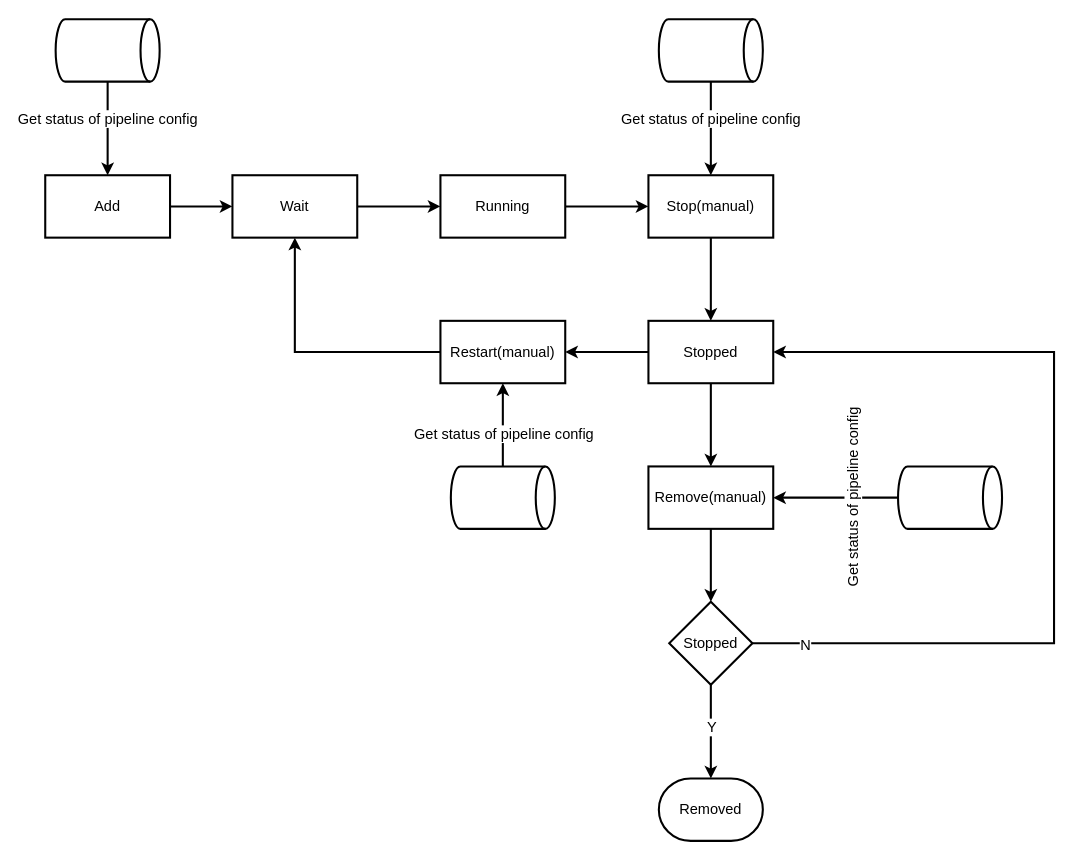
This is page "PipelineConfigStatusTransform" (3 of 4) of Docs/BDS-Server/BDS-Sequence-Diagram.drawio from FL-LearningGroup/BeautifulData-Server, a draw.io file, before an edit. Source tidied: cells renumbered, new cells numbered last; positions are measured from the earlier drawing's top-left corner, leaving out a move shared by most shapes. Both pictures are drawn from the tidied source at 104%, with x=0, y=0 at pixel (45, 19).
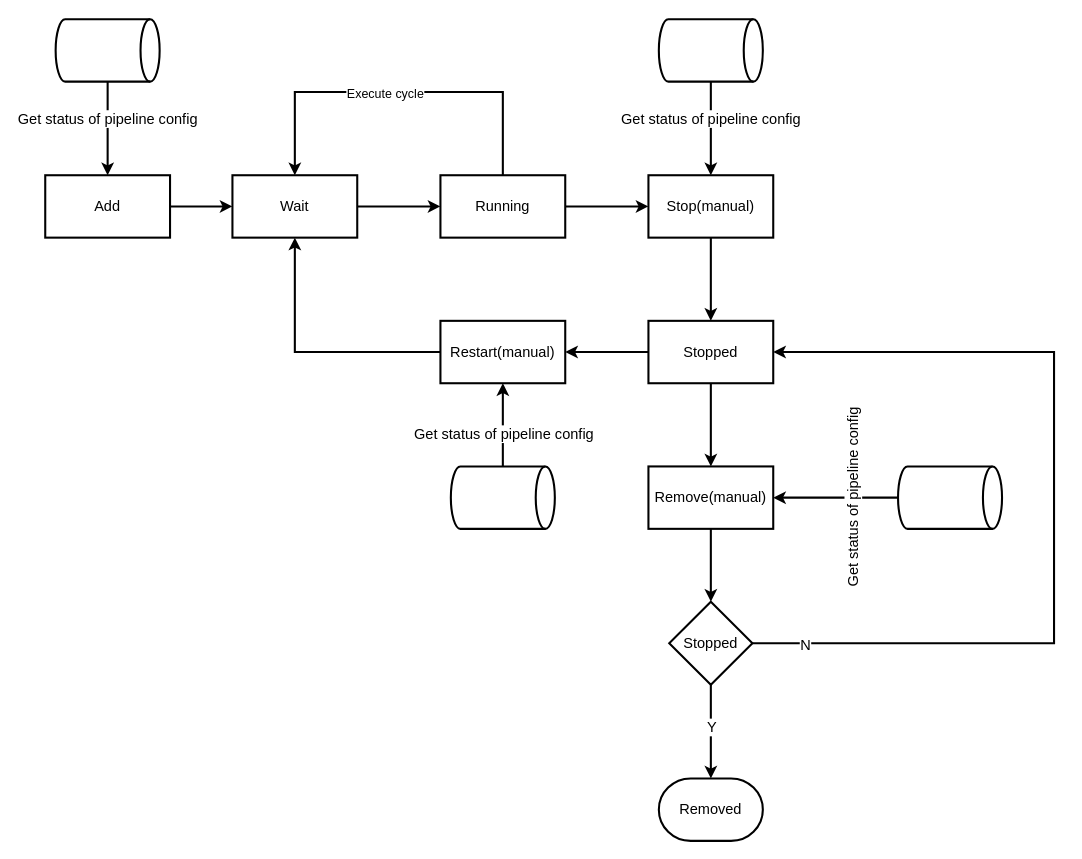
The same page after the edit.

The change refers to these unchanged cells:
```xml
<mxCell id="3" value="Wait" style="whiteSpace=wrap;html=1;strokeWidth=2;fontSize=14;" parent="1" vertex="1">
  <mxGeometry x="180" y="150" width="120" height="60" as="geometry" />
</mxCell>
<mxCell id="5" value="Running" style="whiteSpace=wrap;html=1;strokeWidth=2;fontSize=14;" parent="1" vertex="1">
  <mxGeometry x="380" y="150" width="120" height="60" as="geometry" />
</mxCell>
```

Diff of the diagram source:
```diff
@@
+    <mxCell id="35" style="edgeStyle=orthogonalEdgeStyle;rounded=0;jettySize=auto;html=1;entryX=0.5;entryY=0;entryDx=0;entryDy=0;strokeWidth=2;" parent="1" edge="1" source="5" target="3">
+      <mxGeometry relative="1" as="geometry">
+        <Array as="points">
+          <mxPoint x="440" y="70" />
+          <mxPoint x="240" y="70" />
+        </Array>
+      </mxGeometry>
+    </mxCell>
+    <mxCell id="36" value="Execute cycle" style="edgeLabel;html=1;align=center;verticalAlign=middle;fontSize=12;" parent="35" vertex="1">
+      <mxGeometry x="0.08" y="1" relative="1" as="geometry" />
+    </mxCell>
```
